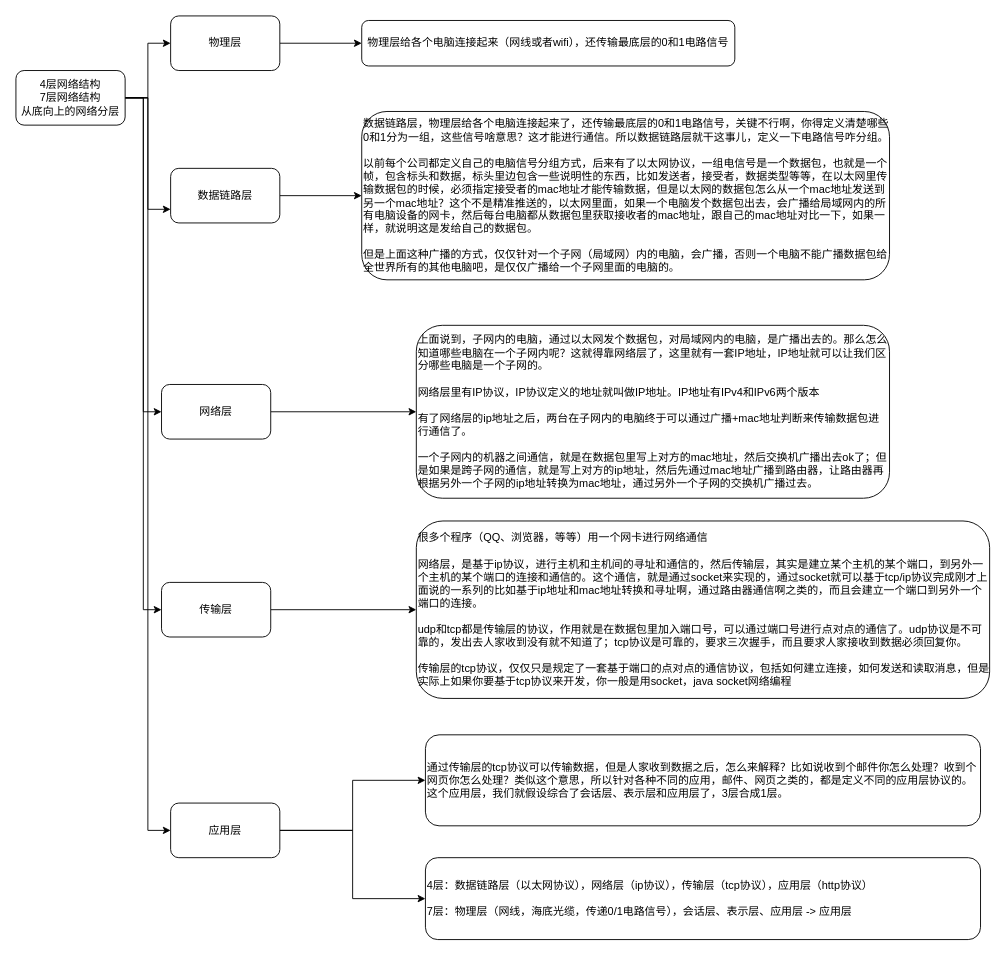
Before: 网络.drawio in ShareTheWord/ml, a draw.io diagram. Source tidied: cells renumbered, new cells numbered last; positions are measured from the earlier drawing's top-left corner, leaving out a move shared by most shapes. Both pictures are drawn from the tidied source at 91%, with x=0, y=0 at pixel (15, 15).
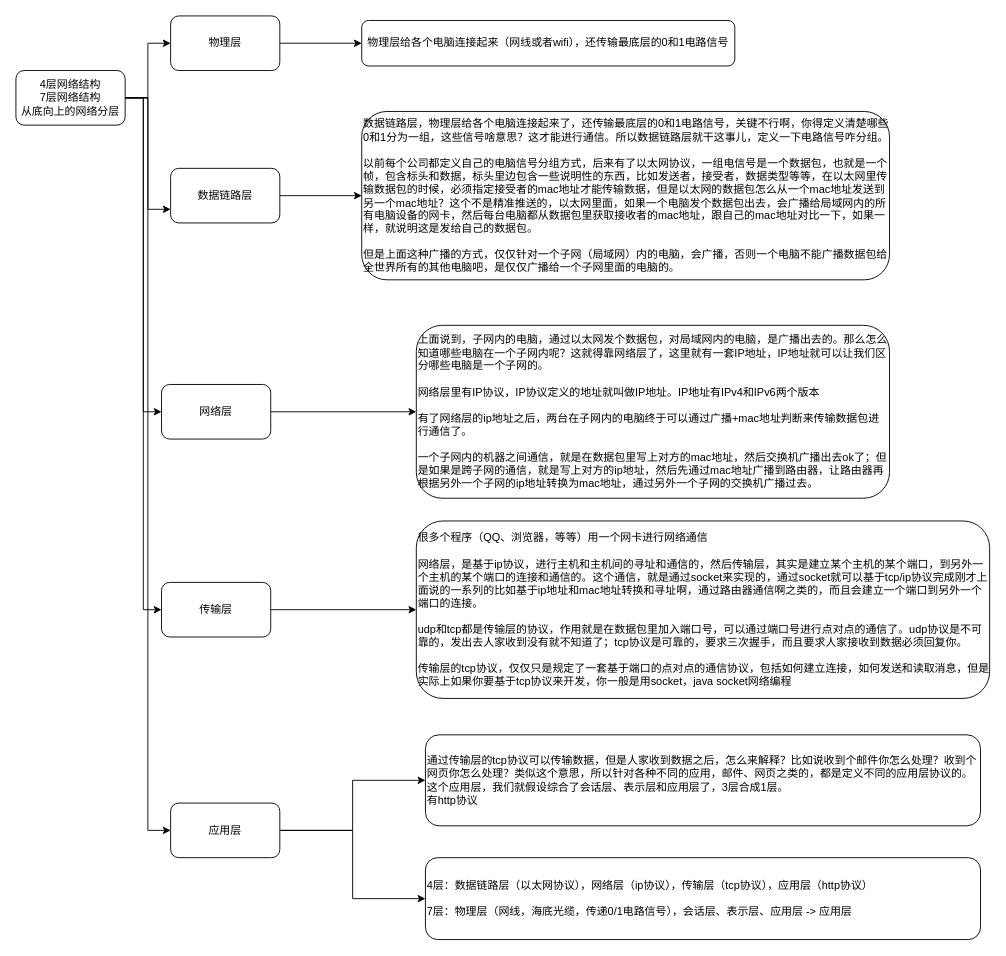
After the change.

The edit, as a diff of the source:
```diff
@@
-    <mxCell id="23" value="通过传输层的tcp协议可以传输数据，但是人家收到数据之后，怎么来解释？比如说收到个邮件你怎么处理？收到个网页你怎么处理？类似这个意思，所以针对各种不同的应用，邮件、网页之类的，都是定义不同的应用层协议的。这个应用层，我们就假设综合了会话层、表示层和应用层了，3层合成1层。" style="rounded=1;whiteSpace=wrap;html=1;align=left;" parent="1" vertex="1">
+    <mxCell id="23" value="通过传输层的tcp协议可以传输数据，但是人家收到数据之后，怎么来解释？比如说收到个邮件你怎么处理？收到个网页你怎么处理？类似这个意思，所以针对各种不同的应用，邮件、网页之类的，都是定义不同的应用层协议的。这个应用层，我们就假设综合了会话层、表示层和应用层了，3层合成1层。&lt;br&gt;有http协议" style="rounded=1;whiteSpace=wrap;html=1;align=left;" parent="1" vertex="1">
       <mxGeometry x="450" y="790" width="610" height="100" as="geometry" />
     </mxCell>
```
